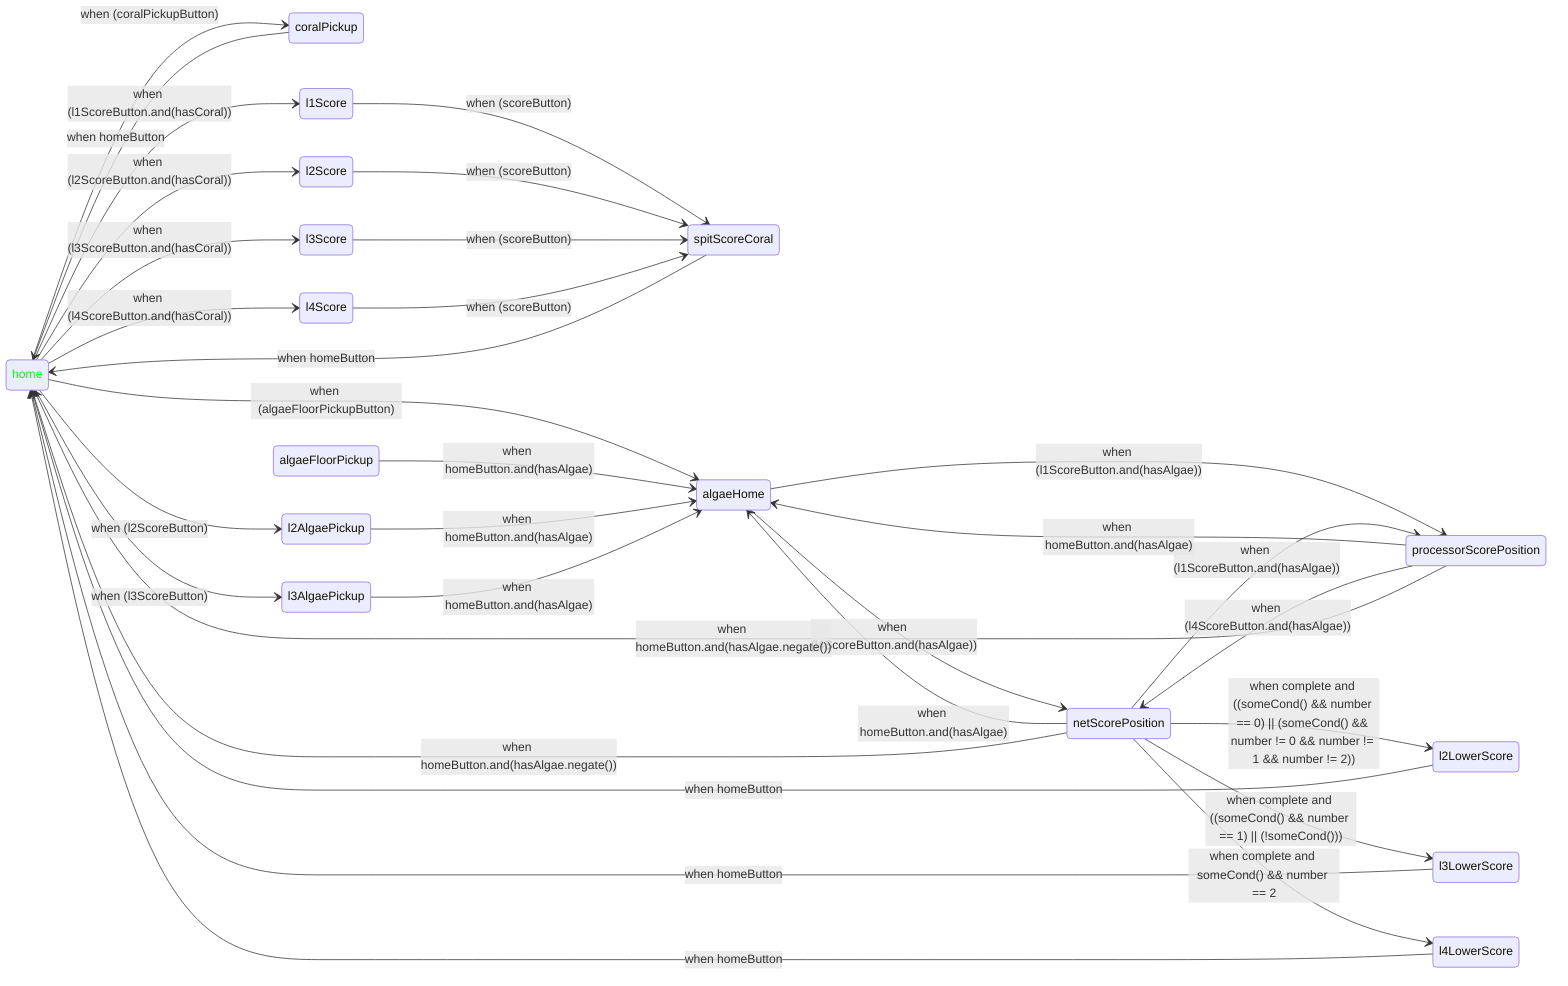
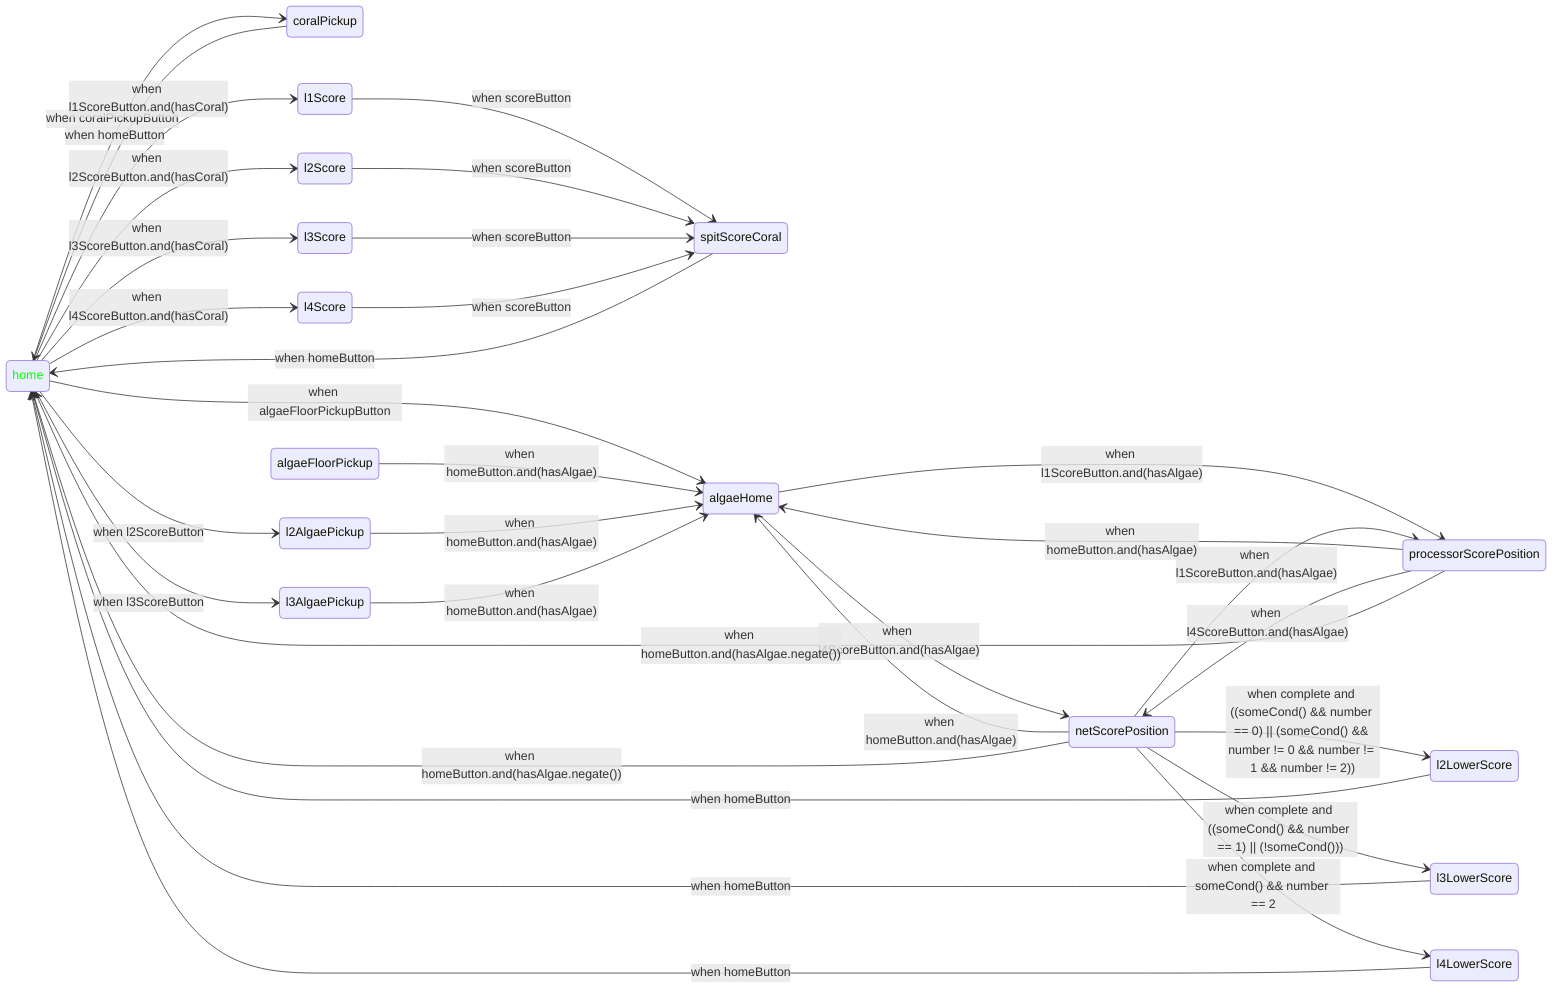
stateDiagram-v2
    direction LR

-     home --> coralPickup : when (coralPickupButton)
+     home --> coralPickup : when coralPickupButton
    coralPickup --> home : when homeButton
-     home --> l1Score : when (l1ScoreButton.and(hasCoral))
-     home --> l2Score : when (l2ScoreButton.and(hasCoral))
-     home --> l3Score : when (l3ScoreButton.and(hasCoral))
-     home --> l4Score : when (l4ScoreButton.and(hasCoral))
-     l1Score --> spitScoreCoral : when (scoreButton)
-     l2Score --> spitScoreCoral : when (scoreButton)
-     l3Score --> spitScoreCoral : when (scoreButton)
-     l4Score --> spitScoreCoral : when (scoreButton)
+     home --> l1Score : when l1ScoreButton.and(hasCoral)
+     home --> l2Score : when l2ScoreButton.and(hasCoral)
+     home --> l3Score : when l3ScoreButton.and(hasCoral)
+     home --> l4Score : when l4ScoreButton.and(hasCoral)
+     l1Score --> spitScoreCoral : when scoreButton
+     l2Score --> spitScoreCoral : when scoreButton
+     l3Score --> spitScoreCoral : when scoreButton
+     l4Score --> spitScoreCoral : when scoreButton
    spitScoreCoral --> home : when homeButton
    l2LowerScore --> home : when homeButton
    l3LowerScore --> home : when homeButton
    l4LowerScore --> home : when homeButton
-     home --> algaeHome : when (algaeFloorPickupButton)
-     home --> l2AlgaePickup : when (l2ScoreButton)
-     home --> l3AlgaePickup : when (l3ScoreButton)
+     home --> algaeHome : when algaeFloorPickupButton
+     home --> l2AlgaePickup : when l2ScoreButton
+     home --> l3AlgaePickup : when l3ScoreButton
    algaeFloorPickup --> algaeHome : when homeButton.and(hasAlgae)
    l2AlgaePickup --> algaeHome : when homeButton.and(hasAlgae)
    l3AlgaePickup --> algaeHome : when homeButton.and(hasAlgae)
-     algaeHome --> netScorePosition : when (l4ScoreButton.and(hasAlgae))
-     algaeHome --> processorScorePosition : when (l1ScoreButton.and(hasAlgae))
+     algaeHome --> netScorePosition : when l4ScoreButton.and(hasAlgae)
+     algaeHome --> processorScorePosition : when l1ScoreButton.and(hasAlgae)
    netScorePosition --> algaeHome : when homeButton.and(hasAlgae)
-     netScorePosition --> processorScorePosition : when (l1ScoreButton.and(hasAlgae))
+     netScorePosition --> processorScorePosition : when l1ScoreButton.and(hasAlgae)
    netScorePosition --> home : when homeButton.and(hasAlgae.negate())
    netScorePosition --> l2LowerScore : when complete and ((someCond() && number == 0) || (someCond() && number != 0 && number != 1 && number != 2))
    netScorePosition --> l3LowerScore : when complete and ((someCond() && number == 1) || (!someCond()))
    netScorePosition --> l4LowerScore : when complete and someCond() && number == 2
    processorScorePosition --> algaeHome : when homeButton.and(hasAlgae)
-     processorScorePosition --> netScorePosition : when (l4ScoreButton.and(hasAlgae))
+     processorScorePosition --> netScorePosition : when l4ScoreButton.and(hasAlgae)
    processorScorePosition --> home : when homeButton.and(hasAlgae.negate())

    classDef initialState color:#00FF00
    class home initialState